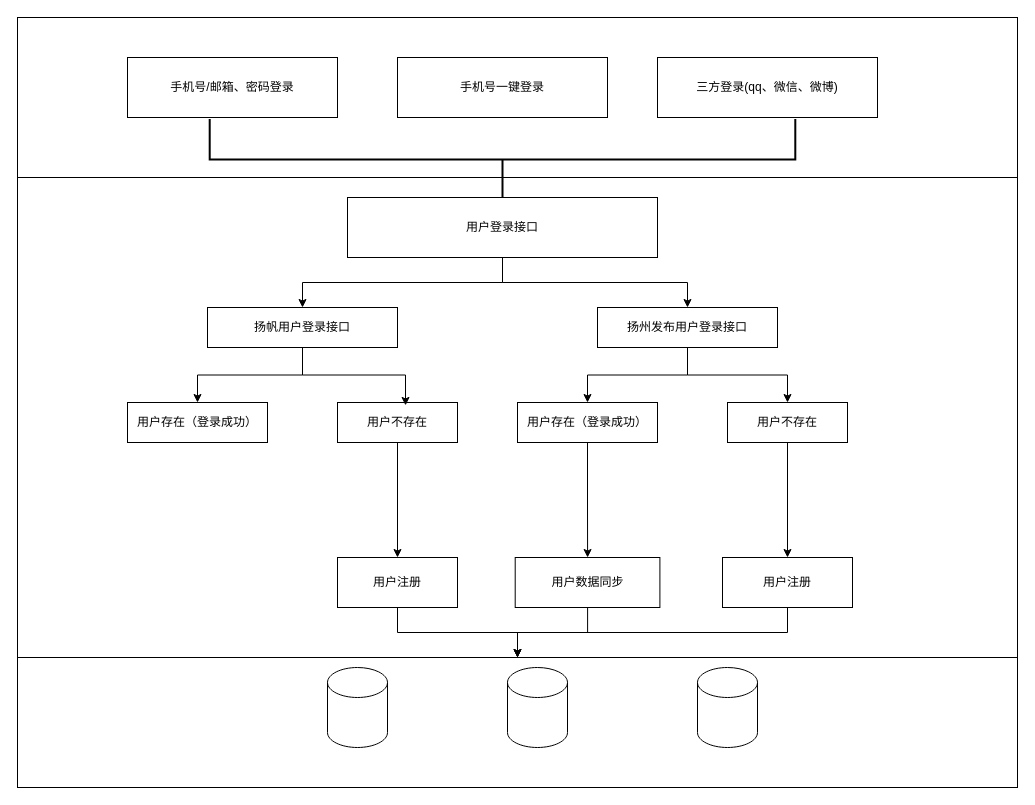
Above: demo/groups/未命名绘图.drawio in zwgsww/jsplumb (draw.io), before the change. Source tidied: cells renumbered, new cells numbered last; positions are measured from the earlier drawing's top-left corner, leaving out a move shared by most shapes. Both pictures are drawn from the tidied source at 100%, with x=0, y=0 at pixel (17, -134).
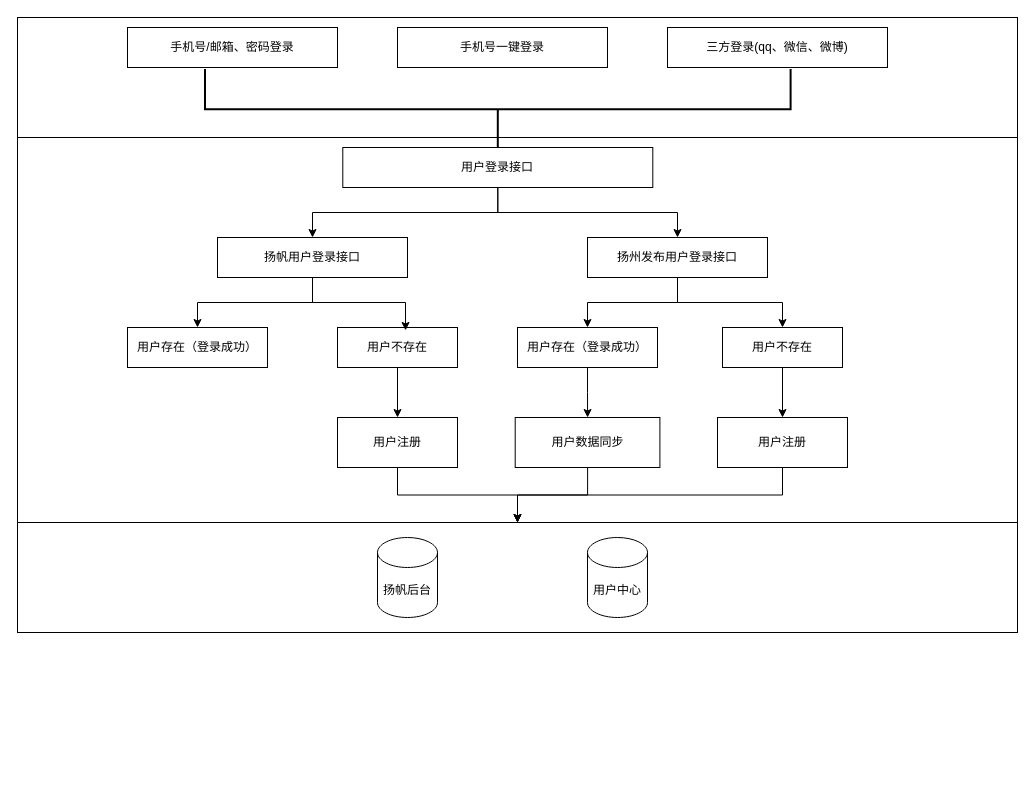
The same page after the edit.

Commit message:
更新未命名绘图.drawio

What changed in the source:
```diff
@@
     <mxCell id="2" style="rounded=0;whiteSpace=wrap;html=1;" parent="1" vertex="1">
-      <mxGeometry y="151" width="1000" height="770" as="geometry" />
+      <mxGeometry y="151" width="1000" height="610" as="geometry" />
     </mxCell>
     <mxCell id="3" style="rounded=0;whiteSpace=wrap;html=1;" parent="1" vertex="1">
-      <mxGeometry y="151" width="1000" height="160" as="geometry" />
+      <mxGeometry y="151" width="1000" height="120" as="geometry" />
     </mxCell>
     <mxCell id="4" value="手机号/邮箱、密码登录" style="rounded=0;whiteSpace=wrap;html=1;" parent="1" vertex="1">
-      <mxGeometry x="110" y="191" width="210" height="60" as="geometry" />
+      <mxGeometry x="110" y="161" width="210" height="40" as="geometry" />
     </mxCell>
     <mxCell id="5" value="手机号一键登录" style="rounded=0;whiteSpace=wrap;html=1;" parent="1" vertex="1">
-      <mxGeometry x="380" y="191" width="210" height="60" as="geometry" />
+      <mxGeometry x="380" y="161" width="210" height="40" as="geometry" />
     </mxCell>
     <mxCell id="6" value="三方登录(qq、微信、微博)" style="rounded=0;whiteSpace=wrap;html=1;" parent="1" vertex="1">
-      <mxGeometry x="640" y="191" width="220" height="60" as="geometry" />
+      <mxGeometry x="650" y="161" width="220" height="40" as="geometry" />
     </mxCell>
     <mxCell id="7" style="strokeWidth=2;html=1;shape=mxgraph.flowchart.annotation_2;align=left;labelPosition=right;rotation=-90;" parent="1" vertex="1">
-      <mxGeometry x="444.7" y="0.1" width="80.6" height="585.6" as="geometry" />
+      <mxGeometry x="440" y="-50" width="80.6" height="585.6" as="geometry" />
     </mxCell>
@@
     <mxCell id="10" value="用户登录接口" style="rounded=0;whiteSpace=wrap;html=1;" parent="1" vertex="1">
-      <mxGeometry x="330" y="331" width="310" height="60" as="geometry" />
+      <mxGeometry x="325.3" y="281" width="310" height="40" as="geometry" />
     </mxCell>
@@
     <mxCell id="12" value="扬帆用户登录接口" style="rounded=0;whiteSpace=wrap;html=1;" parent="1" vertex="1">
-      <mxGeometry x="190" y="441" width="190" height="40" as="geometry" />
+      <mxGeometry x="200" y="371" width="190" height="40" as="geometry" />
     </mxCell>
@@
     <mxCell id="15" value="扬州发布用户登录接口" style="rounded=0;whiteSpace=wrap;html=1;" parent="1" vertex="1">
-      <mxGeometry x="580" y="441" width="180" height="40" as="geometry" />
+      <mxGeometry x="570" y="371" width="180" height="40" as="geometry" />
     </mxCell>
     <mxCell id="16" value="用户存在（登录成功）" style="rounded=0;whiteSpace=wrap;html=1;" parent="1" vertex="1">
-      <mxGeometry x="110" y="536" width="140" height="40" as="geometry" />
+      <mxGeometry x="110" y="461" width="140" height="40" as="geometry" />
     </mxCell>
@@
     <mxCell id="18" value="用户不存在" style="rounded=0;whiteSpace=wrap;html=1;" parent="1" vertex="1">
-      <mxGeometry x="320" y="536" width="120" height="40" as="geometry" />
+      <mxGeometry x="320" y="461" width="120" height="40" as="geometry" />
     </mxCell>
@@
     <mxCell id="21" value="用户存在（登录成功）" style="rounded=0;whiteSpace=wrap;html=1;" parent="1" vertex="1">
-      <mxGeometry x="500" y="536" width="140" height="40" as="geometry" />
+      <mxGeometry x="500" y="461" width="140" height="40" as="geometry" />
     </mxCell>
@@
     <mxCell id="23" value="用户不存在" style="rounded=0;whiteSpace=wrap;html=1;" parent="1" vertex="1">
-      <mxGeometry x="710" y="536" width="120" height="40" as="geometry" />
+      <mxGeometry x="705" y="461" width="120" height="40" as="geometry" />
     </mxCell>
@@
     <mxCell id="25" value="用户注册" style="rounded=0;whiteSpace=wrap;html=1;" parent="1" vertex="1">
-      <mxGeometry x="320" y="691" width="120" height="50" as="geometry" />
+      <mxGeometry x="320" y="551" width="120" height="50" as="geometry" />
     </mxCell>
@@
     <mxCell id="27" value="用户数据同步" style="rounded=0;whiteSpace=wrap;html=1;" parent="1" vertex="1">
-      <mxGeometry x="497.7" y="691" width="144.7" height="50" as="geometry" />
+      <mxGeometry x="497.7" y="551" width="144.7" height="50" as="geometry" />
     </mxCell>
     <mxCell id="28" style="rounded=0;whiteSpace=wrap;html=1;" parent="1" vertex="1">
-      <mxGeometry y="791" width="1000" height="130" as="geometry" />
+      <mxGeometry y="656" width="1000" height="110" as="geometry" />
     </mxCell>
-    <mxCell id="29" style="shape=cylinder3;whiteSpace=wrap;html=1;boundedLbl=1;backgroundOutline=1;size=15;" parent="1" vertex="1">
-      <mxGeometry x="310" y="801" width="60" height="80" as="geometry" />
+    <mxCell id="29" value="扬帆后台" style="shape=cylinder3;whiteSpace=wrap;html=1;boundedLbl=1;backgroundOutline=1;size=15;" parent="1" vertex="1">
+      <mxGeometry x="360" y="671" width="60" height="80" as="geometry" />
     </mxCell>
-    <mxCell id="30" style="shape=cylinder3;whiteSpace=wrap;html=1;boundedLbl=1;backgroundOutline=1;size=15;" parent="1" vertex="1">
-      <mxGeometry x="490" y="801" width="60" height="80" as="geometry" />
-    </mxCell>
-    <mxCell id="31" style="shape=cylinder3;whiteSpace=wrap;html=1;boundedLbl=1;backgroundOutline=1;size=15;" parent="1" vertex="1">
-      <mxGeometry x="680" y="801" width="60" height="80" as="geometry" />
+    <mxCell id="31" value="用户中心" style="shape=cylinder3;whiteSpace=wrap;html=1;boundedLbl=1;backgroundOutline=1;size=15;" parent="1" vertex="1">
+      <mxGeometry x="570" y="671" width="60" height="80" as="geometry" />
     </mxCell>
@@
     <mxCell id="33" value="用户注册" style="rounded=0;whiteSpace=wrap;html=1;" parent="1" vertex="1">
-      <mxGeometry x="705" y="691" width="130" height="50" as="geometry" />
+      <mxGeometry x="700" y="551" width="130" height="50" as="geometry" />
     </mxCell>
```
